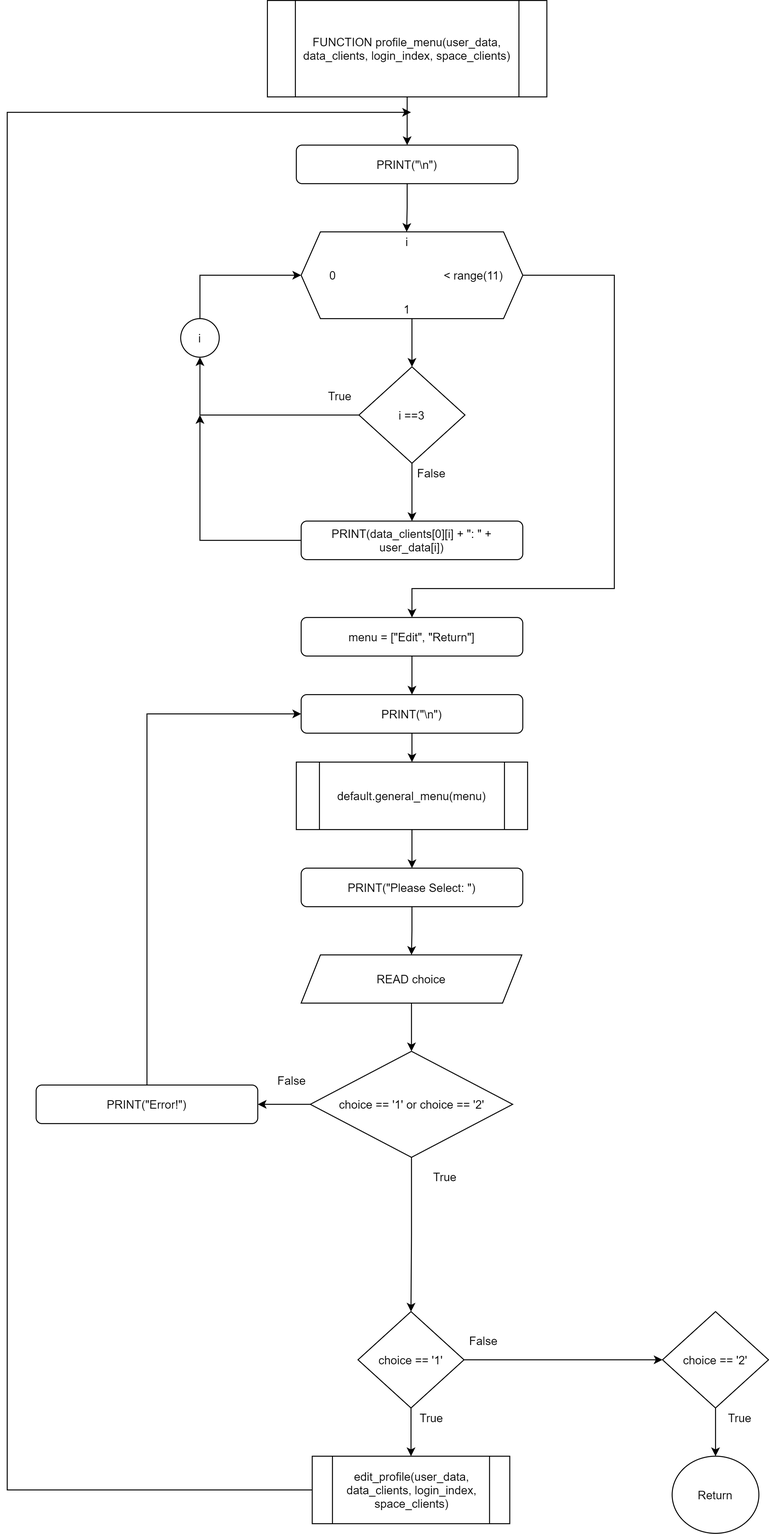
The draw.io diagram Flowchart/clients/profile_menu.png in RabbitBear00/Car-Rental-System, before a commit. Source tidied: cells renumbered, new cells last; positions are measured from the earlier drawing's top-left corner, leaving out a move shared by most shapes.
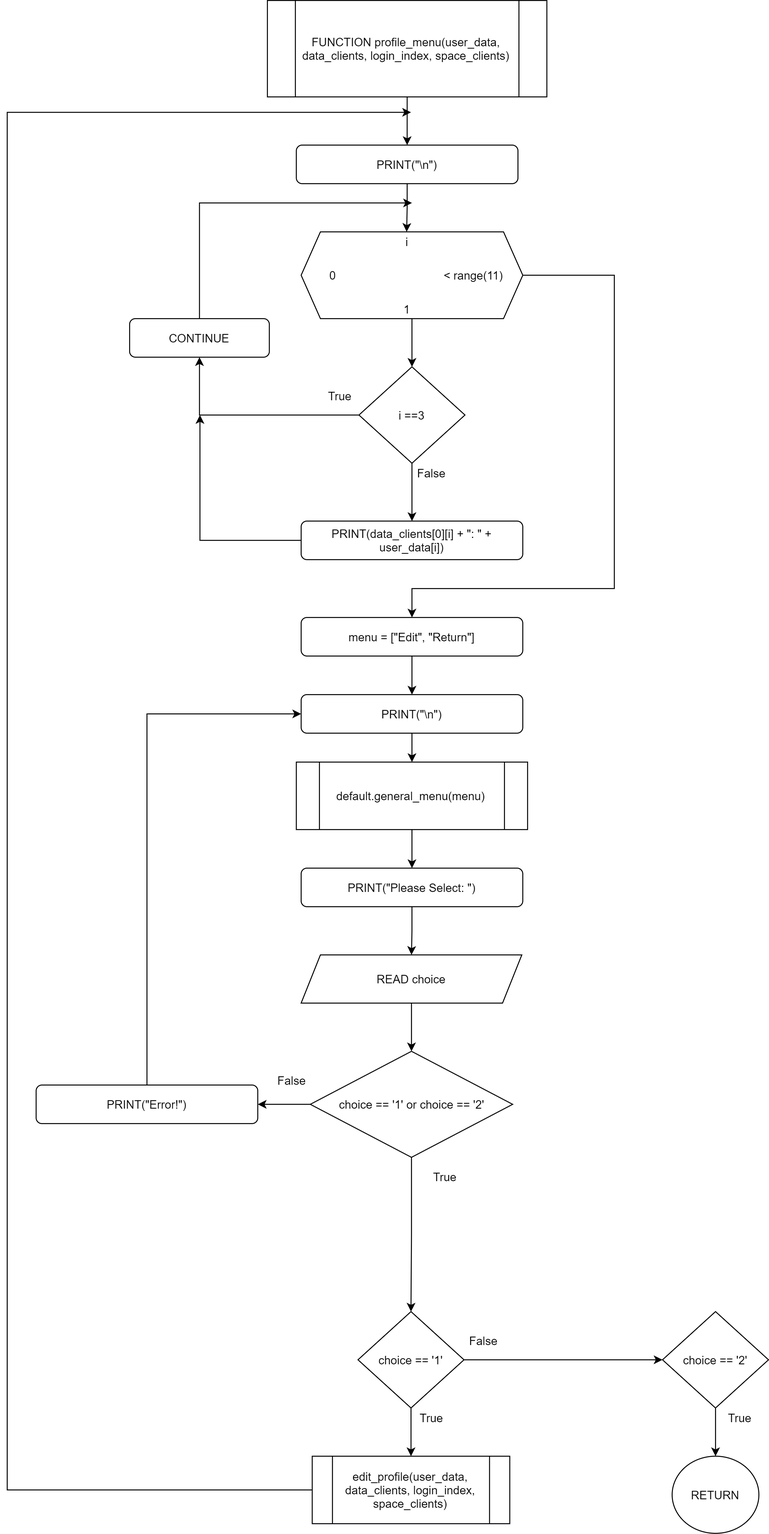
Later version of the same file.

What changed in the source:
```diff
@@ -29,15 +29,18 @@
     <mxCell id="10" style="edgeStyle=orthogonalEdgeStyle;rounded=0;jettySize=auto;html=1;" parent="1" edge="1" source="12" target="14">
       <mxGeometry relative="1" as="geometry" />
     </mxCell>
-    <mxCell id="11" style="edgeStyle=orthogonalEdgeStyle;rounded=0;jettySize=auto;html=1;entryX=0.5;entryY=1;entryDx=0;entryDy=0;" parent="1" edge="1" source="12" target="40">
-      <mxGeometry relative="1" as="geometry" />
-    </mxCell>
+    <mxCell id="51" style="edgeStyle=orthogonalEdgeStyle;rounded=0;jettySize=auto;html=1;entryX=0.5;entryY=1;entryDx=0;entryDy=0;endFill=1;" parent="1" edge="1" source="12" target="53">
+      <mxGeometry relative="1" as="geometry" />
+    </mxCell>
     <mxCell id="12" value="i ==3" style="rhombus;whiteSpace=wrap;html=1;" parent="1" vertex="1">
       <mxGeometry x="365" y="380" width="110" height="100" as="geometry" />
     </mxCell>
     <mxCell id="13" style="edgeStyle=orthogonalEdgeStyle;rounded=0;jettySize=auto;html=1;exitX=0;exitY=0.5;exitDx=0;exitDy=0;" parent="1" edge="1" source="14">
       <mxGeometry relative="1" as="geometry">
         <mxPoint x="200" y="430" as="targetPoint" />
+        <Array as="points">
+          <mxPoint x="200" y="560" />
+        </Array>
       </mxGeometry>
     </mxCell>
     <mxCell id="14" value="PRINT(data_clients[0][i] + &quot;: &quot; + user_data[i])" style="rounded=1;whiteSpace=wrap;html=1;" parent="1" vertex="1">
@@ -97,7 +100,7 @@
     <mxCell id="32" value="choice == '2'" style="rhombus;whiteSpace=wrap;html=1;" parent="1" vertex="1">
       <mxGeometry x="680" y="1360" width="110" height="100" as="geometry" />
     </mxCell>
-    <mxCell id="33" value="Return" style="ellipse;whiteSpace=wrap;html=1;" parent="1" vertex="1">
+    <mxCell id="33" value="RETURN" style="ellipse;whiteSpace=wrap;html=1;" parent="1" vertex="1">
       <mxGeometry x="690" y="1510" width="90" height="80" as="geometry" />
     </mxCell>
     <mxCell id="34" style="edgeStyle=orthogonalEdgeStyle;rounded=0;jettySize=auto;html=1;" parent="1" edge="1" source="3" target="12">
@@ -115,16 +118,6 @@
     <mxCell id="38" value="True" style="text;html=1;align=center;verticalAlign=middle;strokeColor=none;" parent="1" vertex="1">
       <mxGeometry x="434" y="1210" width="40" height="20" as="geometry" />
     </mxCell>
-    <mxCell id="39" style="edgeStyle=orthogonalEdgeStyle;rounded=0;jettySize=auto;html=1;entryX=0;entryY=0.5;entryDx=0;entryDy=0;" parent="1" edge="1" source="40" target="3">
-      <mxGeometry relative="1" as="geometry">
-        <Array as="points">
-          <mxPoint x="200" y="285" />
-        </Array>
-      </mxGeometry>
-    </mxCell>
-    <mxCell id="40" value="i" style="ellipse;whiteSpace=wrap;html=1;" parent="1" vertex="1">
-      <mxGeometry x="180" y="330" width="40" height="40" as="geometry" />
-    </mxCell>
     <mxCell id="41" style="edgeStyle=orthogonalEdgeStyle;rounded=0;jettySize=auto;html=1;exitX=1;exitY=0.5;exitDx=0;exitDy=0;entryX=0.5;entryY=0;entryDx=0;entryDy=0;" parent="1" edge="1" source="3" target="16">
       <mxGeometry relative="1" as="geometry">
         <Array as="points">
@@ -167,5 +160,16 @@
     <mxCell id="50" value="default.general_menu(menu)" style="shape=process;whiteSpace=wrap;html=1;backgroundOutline=1;" parent="1" vertex="1">
       <mxGeometry x="300" y="790" width="240" height="70" as="geometry" />
     </mxCell>
+    <mxCell id="52" style="edgeStyle=orthogonalEdgeStyle;rounded=0;jettySize=auto;html=1;endFill=1;" parent="1" edge="1" source="53">
+      <mxGeometry relative="1" as="geometry">
+        <mxPoint x="420" y="210" as="targetPoint" />
+        <Array as="points">
+          <mxPoint x="200" y="210" />
+        </Array>
+      </mxGeometry>
+    </mxCell>
+    <mxCell id="53" value="CONTINUE" style="rounded=1;whiteSpace=wrap;html=1;" parent="1" vertex="1">
+      <mxGeometry x="127" y="330" width="145" height="40" as="geometry" />
+    </mxCell>
   </root>
 </mxGraphModel>
```
